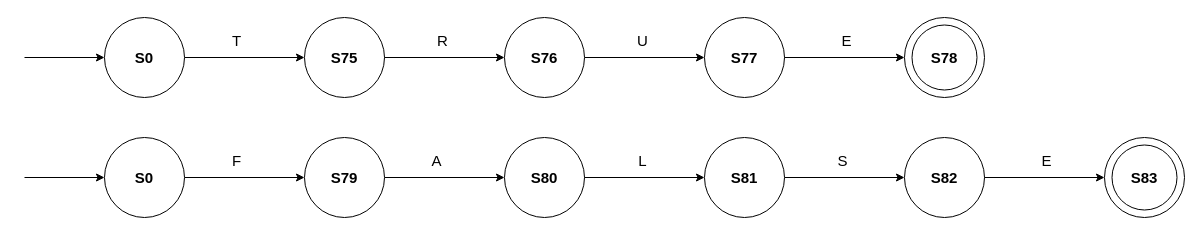
MonaJea-Ng/Projects keeps this draw.io diagram as booleanWords.drawio. Above is the earlier version. Source tidied: cells renumbered, new cells numbered last; positions are measured from the earlier drawing's top-left corner, leaving out a move shared by most shapes. Both pictures are drawn from the tidied source at 100%, with x=0, y=0 at pixel (24, 17).
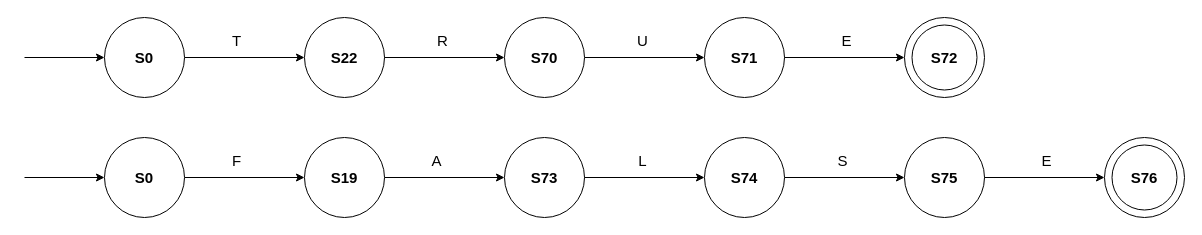
After the change.

The edit, as a diff of the source:
```diff
@@
-    <mxCell id="6" value="&lt;b style=&quot;font-size: 15px;&quot;&gt;S75&lt;/b&gt;" style="text;html=1;strokeColor=none;fillColor=none;align=center;verticalAlign=middle;whiteSpace=wrap;rounded=0;fontSize=15;" parent="1" vertex="1">
+    <mxCell id="6" value="&lt;b style=&quot;font-size: 15px;&quot;&gt;S22&lt;/b&gt;" style="text;html=1;strokeColor=none;fillColor=none;align=center;verticalAlign=middle;whiteSpace=wrap;rounded=0;fontSize=15;" parent="1" vertex="1">
       <mxGeometry x="290" y="25" width="60" height="30" as="geometry" />
     </mxCell>
-    <mxCell id="7" value="&lt;b&gt;&lt;font style=&quot;font-size: 15px;&quot;&gt;S77&lt;/font&gt;&lt;/b&gt;" style="text;html=1;strokeColor=none;fillColor=none;align=center;verticalAlign=middle;whiteSpace=wrap;rounded=0;" parent="1" vertex="1">
+    <mxCell id="7" value="&lt;b&gt;&lt;font style=&quot;font-size: 15px;&quot;&gt;S71&lt;/font&gt;&lt;/b&gt;" style="text;html=1;strokeColor=none;fillColor=none;align=center;verticalAlign=middle;whiteSpace=wrap;rounded=0;" parent="1" vertex="1">
       <mxGeometry x="690" y="25" width="60" height="30" as="geometry" />
     </mxCell>
@@
-    <mxCell id="12" value="&lt;b&gt;&lt;font style=&quot;font-size: 15px;&quot;&gt;S78&lt;/font&gt;&lt;/b&gt;" style="text;html=1;strokeColor=none;fillColor=none;align=center;verticalAlign=middle;whiteSpace=wrap;rounded=0;" parent="1" vertex="1">
+    <mxCell id="12" value="&lt;b&gt;&lt;font style=&quot;font-size: 15px;&quot;&gt;S72&lt;/font&gt;&lt;/b&gt;" style="text;html=1;strokeColor=none;fillColor=none;align=center;verticalAlign=middle;whiteSpace=wrap;rounded=0;" parent="1" vertex="1">
       <mxGeometry x="890" y="25" width="60" height="30" as="geometry" />
     </mxCell>
@@
-    <mxCell id="20" value="&lt;b&gt;&lt;font style=&quot;font-size: 15px;&quot;&gt;S76&lt;/font&gt;&lt;/b&gt;" style="text;html=1;strokeColor=none;fillColor=none;align=center;verticalAlign=middle;whiteSpace=wrap;rounded=0;" parent="1" vertex="1">
+    <mxCell id="20" value="&lt;b&gt;&lt;font style=&quot;font-size: 15px;&quot;&gt;S70&lt;/font&gt;&lt;/b&gt;" style="text;html=1;strokeColor=none;fillColor=none;align=center;verticalAlign=middle;whiteSpace=wrap;rounded=0;" parent="1" vertex="1">
       <mxGeometry x="490" y="25" width="60" height="30" as="geometry" />
     </mxCell>
@@
-    <mxCell id="26" value="&lt;b style=&quot;font-size: 15px;&quot;&gt;S80&lt;/b&gt;" style="text;html=1;strokeColor=none;fillColor=none;align=center;verticalAlign=middle;whiteSpace=wrap;rounded=0;fontSize=15;" parent="1" vertex="1">
+    <mxCell id="26" value="&lt;b style=&quot;font-size: 15px;&quot;&gt;S73&lt;/b&gt;" style="text;html=1;strokeColor=none;fillColor=none;align=center;verticalAlign=middle;whiteSpace=wrap;rounded=0;fontSize=15;" parent="1" vertex="1">
       <mxGeometry x="490" y="145" width="60" height="30" as="geometry" />
     </mxCell>
-    <mxCell id="27" value="&lt;b&gt;&lt;font style=&quot;font-size: 15px;&quot;&gt;S82&lt;/font&gt;&lt;/b&gt;" style="text;html=1;strokeColor=none;fillColor=none;align=center;verticalAlign=middle;whiteSpace=wrap;rounded=0;" parent="1" vertex="1">
+    <mxCell id="27" value="&lt;b&gt;&lt;font style=&quot;font-size: 15px;&quot;&gt;S75&lt;/font&gt;&lt;/b&gt;" style="text;html=1;strokeColor=none;fillColor=none;align=center;verticalAlign=middle;whiteSpace=wrap;rounded=0;" parent="1" vertex="1">
       <mxGeometry x="890" y="145" width="60" height="30" as="geometry" />
     </mxCell>
@@
-    <mxCell id="32" value="&lt;b&gt;&lt;font style=&quot;font-size: 15px;&quot;&gt;S83&lt;/font&gt;&lt;/b&gt;" style="text;html=1;strokeColor=none;fillColor=none;align=center;verticalAlign=middle;whiteSpace=wrap;rounded=0;" parent="1" vertex="1">
+    <mxCell id="32" value="&lt;b&gt;&lt;font style=&quot;font-size: 15px;&quot;&gt;S76&lt;/font&gt;&lt;/b&gt;" style="text;html=1;strokeColor=none;fillColor=none;align=center;verticalAlign=middle;whiteSpace=wrap;rounded=0;" parent="1" vertex="1">
       <mxGeometry x="1090" y="145" width="60" height="30" as="geometry" />
     </mxCell>
@@
-    <mxCell id="36" value="&lt;b style=&quot;font-size: 15px;&quot;&gt;S79&lt;/b&gt;" style="text;html=1;strokeColor=none;fillColor=none;align=center;verticalAlign=middle;whiteSpace=wrap;rounded=0;fontSize=15;" parent="1" vertex="1">
+    <mxCell id="36" value="&lt;b style=&quot;font-size: 15px;&quot;&gt;S19&lt;/b&gt;" style="text;html=1;strokeColor=none;fillColor=none;align=center;verticalAlign=middle;whiteSpace=wrap;rounded=0;fontSize=15;" parent="1" vertex="1">
       <mxGeometry x="290" y="145" width="60" height="30" as="geometry" />
     </mxCell>
@@
-    <mxCell id="40" value="&lt;b&gt;&lt;font style=&quot;font-size: 15px;&quot;&gt;S81&lt;/font&gt;&lt;/b&gt;" style="text;html=1;strokeColor=none;fillColor=none;align=center;verticalAlign=middle;whiteSpace=wrap;rounded=0;" parent="1" vertex="1">
+    <mxCell id="40" value="&lt;b&gt;&lt;font style=&quot;font-size: 15px;&quot;&gt;S74&lt;/font&gt;&lt;/b&gt;" style="text;html=1;strokeColor=none;fillColor=none;align=center;verticalAlign=middle;whiteSpace=wrap;rounded=0;" parent="1" vertex="1">
       <mxGeometry x="690" y="145" width="60" height="30" as="geometry" />
     </mxCell>
```
